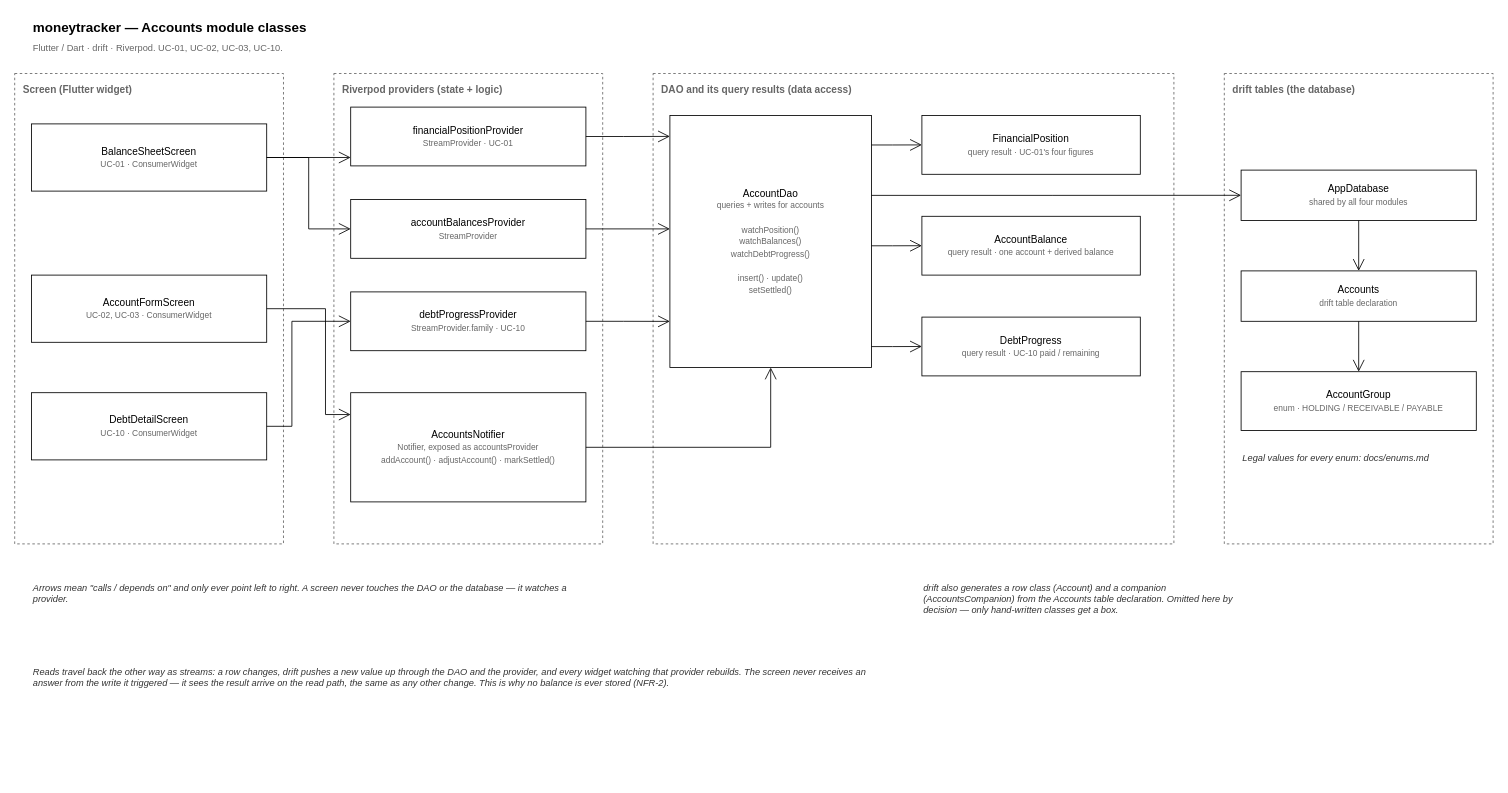
Before: docs/diagrams/class-accounts.drawio in EldwinPr/uangsaku, a draw.io diagram. Source tidied: cells renumbered, new cells numbered last; positions are measured from the earlier drawing's top-left corner, leaving out a move shared by most shapes. Both pictures are drawn from the tidied source at 84%, with x=0, y=0 at pixel (14, 14).
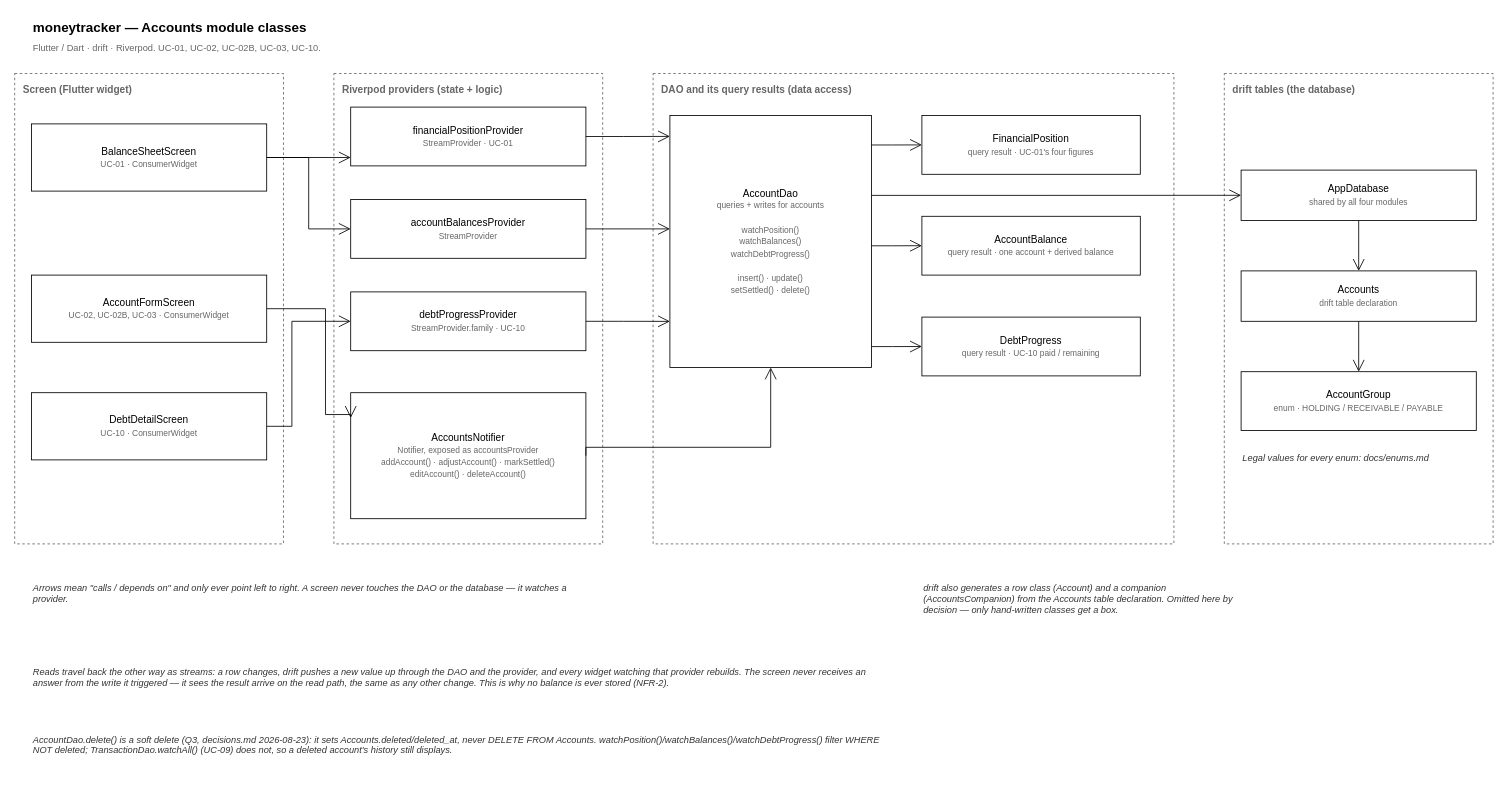
The same page after the edit.

Commit message (it also covers changes not shown here):
Q3 answered (soft delete), Q4 answered (fixed side + signed amount): UC02B-edit-account and UC03-adjust-account unhalted

Diff of the diagram source:
```diff
@@
-    <mxCell id="3" value="Flutter / Dart · drift · Riverpod. UC-01, UC-02, UC-03, UC-10." style="text;html=1;align=left;verticalAlign=middle;fontSize=11;fontColor=#666666;" parent="1" vertex="1">
+    <mxCell id="3" value="Flutter / Dart · drift · Riverpod. UC-01, UC-02, UC-02B, UC-03, UC-10." style="text;html=1;align=left;verticalAlign=middle;fontSize=11;fontColor=#666666;" parent="1" vertex="1">
       <mxGeometry x="20" y="30" width="700" height="20" as="geometry" />
     </mxCell>
@@
-    <mxCell id="9" value="AccountFormScreen&lt;br&gt;&lt;font style=&quot;font-size:10px&quot; color=&quot;#666666&quot;&gt;UC-02, UC-03 · ConsumerWidget&lt;/font&gt;" style="rounded=0;whiteSpace=wrap;html=1;" parent="1" vertex="1">
+    <mxCell id="9" value="AccountFormScreen&lt;br&gt;&lt;font style=&quot;font-size:10px&quot; color=&quot;#666666&quot;&gt;UC-02, UC-02B, UC-03 · ConsumerWidget&lt;/font&gt;" style="rounded=0;whiteSpace=wrap;html=1;" parent="1" vertex="1">
       <mxGeometry x="20" y="310" width="280" height="80" as="geometry" />
     </mxCell>
@@
-    <mxCell id="14" value="AccountsNotifier&lt;br&gt;&lt;font style=&quot;font-size:10px&quot; color=&quot;#666666&quot;&gt;Notifier, exposed as accountsProvider&lt;br&gt;addAccount() · adjustAccount() · markSettled()&lt;/font&gt;" style="rounded=0;whiteSpace=wrap;html=1;" parent="1" vertex="1">
-      <mxGeometry x="400" y="450" width="280" height="130" as="geometry" />
+    <mxCell id="14" value="AccountsNotifier&lt;br&gt;&lt;font style=&quot;font-size:10px&quot; color=&quot;#666666&quot;&gt;Notifier, exposed as accountsProvider&lt;br&gt;addAccount() · adjustAccount() · markSettled()&lt;br&gt;editAccount() · deleteAccount()&lt;/font&gt;" style="rounded=0;whiteSpace=wrap;html=1;" parent="1" vertex="1">
+      <mxGeometry x="400" y="450" width="280" height="150" as="geometry" />
     </mxCell>
-    <mxCell id="15" value="AccountDao&lt;br&gt;&lt;font style=&quot;font-size:10px&quot; color=&quot;#666666&quot;&gt;queries + writes for accounts&lt;br&gt;&lt;br&gt;watchPosition()&lt;br&gt;watchBalances()&lt;br&gt;watchDebtProgress()&lt;br&gt;&lt;br&gt;insert() · update()&lt;br&gt;setSettled()&lt;/font&gt;" style="rounded=0;whiteSpace=wrap;html=1;" parent="1" vertex="1">
+    <mxCell id="15" value="AccountDao&lt;br&gt;&lt;font style=&quot;font-size:10px&quot; color=&quot;#666666&quot;&gt;queries + writes for accounts&lt;br&gt;&lt;br&gt;watchPosition()&lt;br&gt;watchBalances()&lt;br&gt;watchDebtProgress()&lt;br&gt;&lt;br&gt;insert() · update()&lt;br&gt;setSettled() · delete()&lt;/font&gt;" style="rounded=0;whiteSpace=wrap;html=1;" parent="1" vertex="1">
       <mxGeometry x="780" y="120" width="240" height="300" as="geometry" />
     </mxCell>
@@
+    <mxCell id="40" value="AccountDao.delete() is a soft delete (Q3, decisions.md 2026-08-23): it sets Accounts.deleted/deleted_at, never DELETE FROM Accounts. watchPosition()/watchBalances()/watchDebtProgress() filter WHERE NOT deleted; TransactionDao.watchAll() (UC-09) does not, so a deleted account's history still displays." style="text;html=1;align=left;verticalAlign=top;fontSize=11;fontColor=#333333;fontStyle=2;whiteSpace=wrap;" parent="1" vertex="1">
+      <mxGeometry x="20" y="850" width="1020" height="60" as="geometry" />
+    </mxCell>
```
